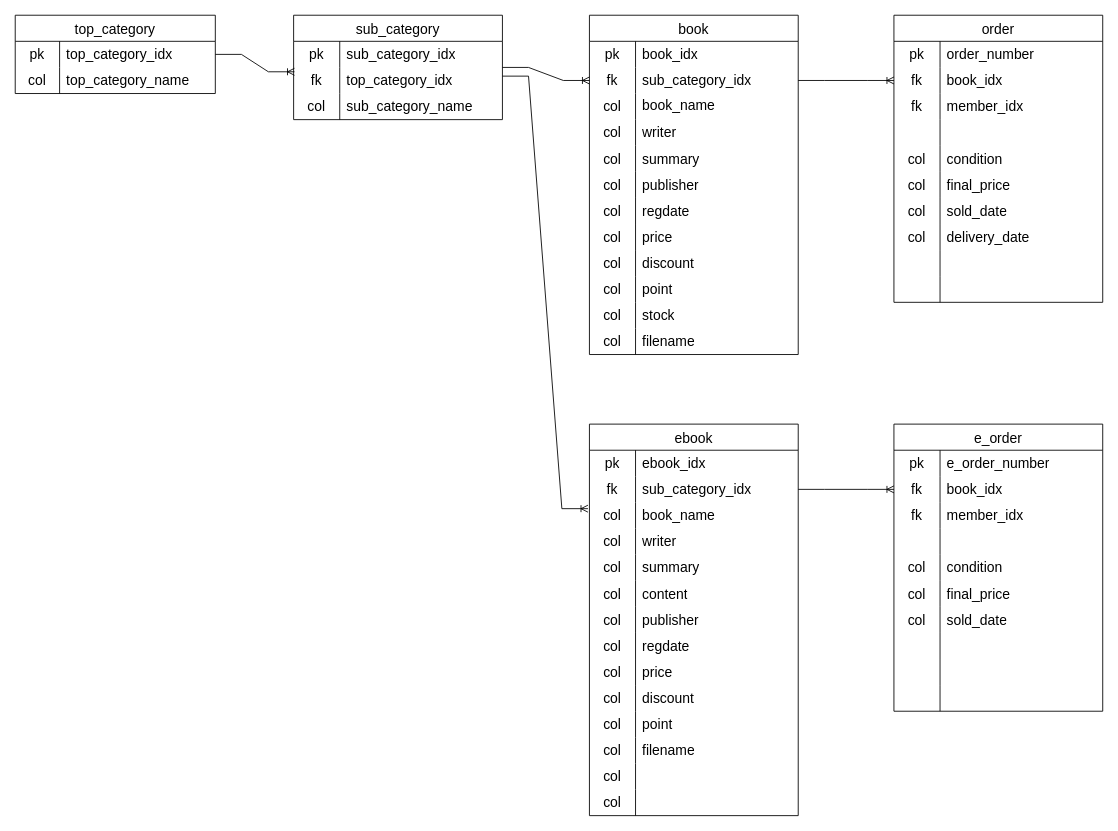
Above: erd/book.drawio in hyunlove95/team_1 (draw.io), before the change. Source tidied: cells renumbered, new cells numbered last; positions are measured from the earlier drawing's top-left corner, leaving out a move shared by most shapes. Both pictures are drawn from the tidied source at 87%, with x=0, y=0 at pixel (15, 15).
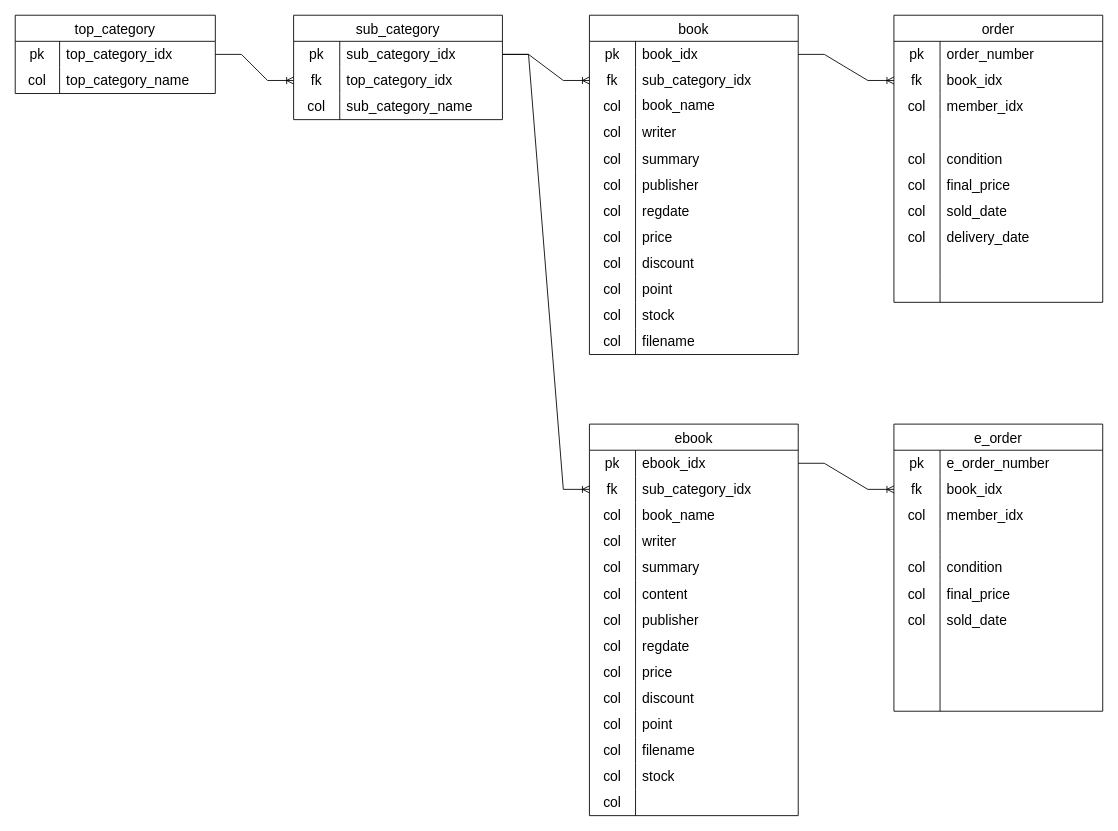
The same diagram, later.

Unchanged cells that the change refers to:
```xml
<mxCell id="3" style="shape=tableRow;horizontal=0;startSize=0;swimlaneHead=0;swimlaneBody=0;top=0;left=0;bottom=0;right=0;fillColor=none;points=[[0,0.5],[1,0.5]];portConstraint=eastwest;strokeColor=inherit;fontSize=16;" parent="2" vertex="1">
  <mxGeometry y="30" width="230" height="30" as="geometry" />
</mxCell>
<mxCell id="10" style="shape=tableRow;horizontal=0;startSize=0;swimlaneHead=0;swimlaneBody=0;top=0;left=0;bottom=0;right=0;fillColor=none;points=[[0,0.5],[1,0.5]];portConstraint=eastwest;strokeColor=inherit;fontSize=16;" parent="9" vertex="1">
  <mxGeometry y="30" width="240" height="30" as="geometry" />
</mxCell>
<mxCell id="13" style="shape=tableRow;horizontal=0;startSize=0;swimlaneHead=0;swimlaneBody=0;top=0;left=0;bottom=0;right=0;fillColor=none;points=[[0,0.5],[1,0.5]];portConstraint=eastwest;strokeColor=inherit;fontSize=16;" parent="9" vertex="1">
  <mxGeometry y="60" width="240" height="30" as="geometry" />
</mxCell>
<mxCell id="21" style="shape=tableRow;horizontal=0;startSize=0;swimlaneHead=0;swimlaneBody=0;top=0;left=0;bottom=0;right=0;fillColor=none;points=[[0,0.5],[1,0.5]];portConstraint=eastwest;strokeColor=inherit;fontSize=16;" parent="20" vertex="1">
  <mxGeometry y="30" width="240" height="30" as="geometry" />
</mxCell>
<mxCell id="24" style="shape=tableRow;horizontal=0;startSize=0;swimlaneHead=0;swimlaneBody=0;top=0;left=0;bottom=0;right=0;fillColor=none;points=[[0,0.5],[1,0.5]];portConstraint=eastwest;strokeColor=inherit;fontSize=16;" parent="20" vertex="1">
  <mxGeometry y="60" width="240" height="30" as="geometry" />
</mxCell>
<mxCell id="68" style="shape=tableRow;horizontal=0;startSize=0;swimlaneHead=0;swimlaneBody=0;top=0;left=0;bottom=0;right=0;fillColor=none;strokeColor=inherit;fontSize=16;" parent="61" vertex="1">
  <mxGeometry y="90" width="240" height="30" as="geometry" />
</mxCell>
<mxCell id="124" style="shape=tableRow;horizontal=0;startSize=0;swimlaneHead=0;swimlaneBody=0;top=0;left=0;bottom=0;right=0;fillColor=none;points=[[0,0.5],[1,0.5]];portConstraint=eastwest;strokeColor=inherit;fontSize=16;" parent="123" vertex="1">
  <mxGeometry y="30" width="240" height="30" as="geometry" />
</mxCell>
<mxCell id="127" style="shape=tableRow;horizontal=0;startSize=0;swimlaneHead=0;swimlaneBody=0;top=0;left=0;bottom=0;right=0;fillColor=none;points=[[0,0.5],[1,0.5]];portConstraint=eastwest;strokeColor=inherit;fontSize=16;" parent="123" vertex="1">
  <mxGeometry y="60" width="240" height="30" as="geometry" />
</mxCell>
<mxCell id="130" style="shape=tableRow;horizontal=0;startSize=0;swimlaneHead=0;swimlaneBody=0;top=0;left=0;bottom=0;right=0;fillColor=none;points=[[0,0.5],[1,0.5]];portConstraint=eastwest;strokeColor=inherit;fontSize=16;" parent="123" vertex="1">
  <mxGeometry y="90" width="240" height="30" as="geometry" />
</mxCell>
<mxCell id="160" style="shape=tableRow;horizontal=0;startSize=0;swimlaneHead=0;swimlaneBody=0;top=0;left=0;bottom=0;right=0;fillColor=none;strokeColor=inherit;fontSize=16;" parent="123" vertex="1">
  <mxGeometry y="390" width="240" height="30" as="geometry" />
</mxCell>
<mxCell id="180" style="shape=tableRow;horizontal=0;startSize=0;swimlaneHead=0;swimlaneBody=0;top=0;left=0;bottom=0;right=0;fillColor=none;strokeColor=inherit;fontSize=16;" parent="173" vertex="1">
  <mxGeometry y="90" width="240" height="30" as="geometry" />
</mxCell>
```

What changed in the source:
```diff
@@
-    <mxCell id="19" style="edgeStyle=entityRelationEdgeStyle;fontSize=12;html=1;endArrow=ERoneToMany;rounded=0;exitX=1;exitY=0.5;exitDx=0;exitDy=0;entryX=0.004;entryY=0.167;entryDx=0;entryDy=0;entryPerimeter=0;" parent="1" edge="1" source="3" target="13">
+    <mxCell id="19" style="edgeStyle=entityRelationEdgeStyle;fontSize=12;html=1;endArrow=ERoneToMany;rounded=0;exitX=1;exitY=0.5;exitDx=0;exitDy=0;entryX=0;entryY=0.5;entryDx=0;entryDy=0;" parent="1" edge="1" source="3" target="13">
       <mxGeometry relative="1" as="geometry" />
     </mxCell>
@@
-    <mxCell id="57" style="edgeStyle=entityRelationEdgeStyle;fontSize=12;html=1;endArrow=ERoneToMany;rounded=0;exitX=1;exitY=0.5;exitDx=0;exitDy=0;" parent="1" edge="1" target="24">
-      <mxGeometry relative="1" as="geometry">
-        <mxPoint x="560" y="60" as="sourcePoint" />
-      </mxGeometry>
+    <mxCell id="57" style="edgeStyle=entityRelationEdgeStyle;fontSize=12;html=1;endArrow=ERoneToMany;rounded=0;exitX=1;exitY=0.5;exitDx=0;exitDy=0;" parent="1" edge="1" source="10" target="24">
+      <mxGeometry relative="1" as="geometry" />
     </mxCell>
@@
-    <mxCell id="60" style="edgeStyle=entityRelationEdgeStyle;fontSize=12;html=1;endArrow=ERoneToMany;rounded=0;exitX=1;exitY=0.5;exitDx=0;exitDy=0;" parent="1" edge="1">
+    <mxCell id="60" style="edgeStyle=entityRelationEdgeStyle;fontSize=12;html=1;endArrow=ERoneToMany;rounded=0;exitX=1;exitY=0.5;exitDx=0;exitDy=0;" parent="1" edge="1" source="21">
       <mxGeometry relative="1" as="geometry">
-        <mxPoint x="900" y="75" as="sourcePoint" />
         <mxPoint x="1010" y="75" as="targetPoint" />
       </mxGeometry>
     </mxCell>
@@
-    <mxCell id="69" value="fk" style="shape=partialRectangle;html=1;whiteSpace=wrap;fillColor=none;top=0;left=0;bottom=0;right=0;overflow=hidden;strokeColor=inherit;fontSize=16;" parent="68" vertex="1">
+    <mxCell id="69" value="col" style="shape=partialRectangle;html=1;whiteSpace=wrap;fillColor=none;top=0;left=0;bottom=0;right=0;overflow=hidden;strokeColor=inherit;fontSize=16;" parent="68" vertex="1">
       <mxGeometry width="53" height="30" as="geometry" />
     </mxCell>
@@
-    <mxCell id="122" style="edgeStyle=entityRelationEdgeStyle;fontSize=12;html=1;endArrow=ERoneToMany;rounded=0;exitX=1;exitY=0.5;exitDx=0;exitDy=0;entryX=-0.007;entryY=0.239;entryDx=0;entryDy=0;entryPerimeter=0;" parent="1" edge="1" target="130">
-      <mxGeometry relative="1" as="geometry">
-        <mxPoint x="560" y="70" as="sourcePoint" />
-      </mxGeometry>
+    <mxCell id="122" style="edgeStyle=entityRelationEdgeStyle;fontSize=12;html=1;endArrow=ERoneToMany;rounded=0;exitX=1;exitY=0.5;exitDx=0;exitDy=0;entryX=0;entryY=0.5;entryDx=0;entryDy=0;" parent="1" edge="1" source="10" target="127">
+      <mxGeometry relative="1" as="geometry" />
     </mxCell>
@@
-    <mxCell id="162" style="shape=partialRectangle;html=1;whiteSpace=wrap;fillColor=none;top=0;left=0;bottom=0;right=0;align=left;spacingLeft=6;overflow=hidden;strokeColor=inherit;fontSize=16;" parent="160" vertex="1">
+    <mxCell id="162" value="stock" style="shape=partialRectangle;html=1;whiteSpace=wrap;fillColor=none;top=0;left=0;bottom=0;right=0;align=left;spacingLeft=6;overflow=hidden;strokeColor=inherit;fontSize=16;" parent="160" vertex="1">
       <mxGeometry x="53" width="187" height="30" as="geometry" />
     </mxCell>
@@
-    <mxCell id="172" style="edgeStyle=entityRelationEdgeStyle;fontSize=12;html=1;endArrow=ERoneToMany;rounded=0;exitX=1;exitY=0.5;exitDx=0;exitDy=0;" parent="1" edge="1">
+    <mxCell id="172" style="edgeStyle=entityRelationEdgeStyle;fontSize=12;html=1;endArrow=ERoneToMany;rounded=0;exitX=1;exitY=0.5;exitDx=0;exitDy=0;" parent="1" edge="1" source="124">
       <mxGeometry relative="1" as="geometry">
-        <mxPoint x="900" y="545" as="sourcePoint" />
         <mxPoint x="1010" y="545" as="targetPoint" />
       </mxGeometry>
     </mxCell>
@@
-    <mxCell id="181" value="fk" style="shape=partialRectangle;html=1;whiteSpace=wrap;fillColor=none;top=0;left=0;bottom=0;right=0;overflow=hidden;strokeColor=inherit;fontSize=16;" parent="180" vertex="1">
+    <mxCell id="181" value="col" style="shape=partialRectangle;html=1;whiteSpace=wrap;fillColor=none;top=0;left=0;bottom=0;right=0;overflow=hidden;strokeColor=inherit;fontSize=16;" parent="180" vertex="1">
       <mxGeometry width="53" height="30" as="geometry" />
     </mxCell>
```
